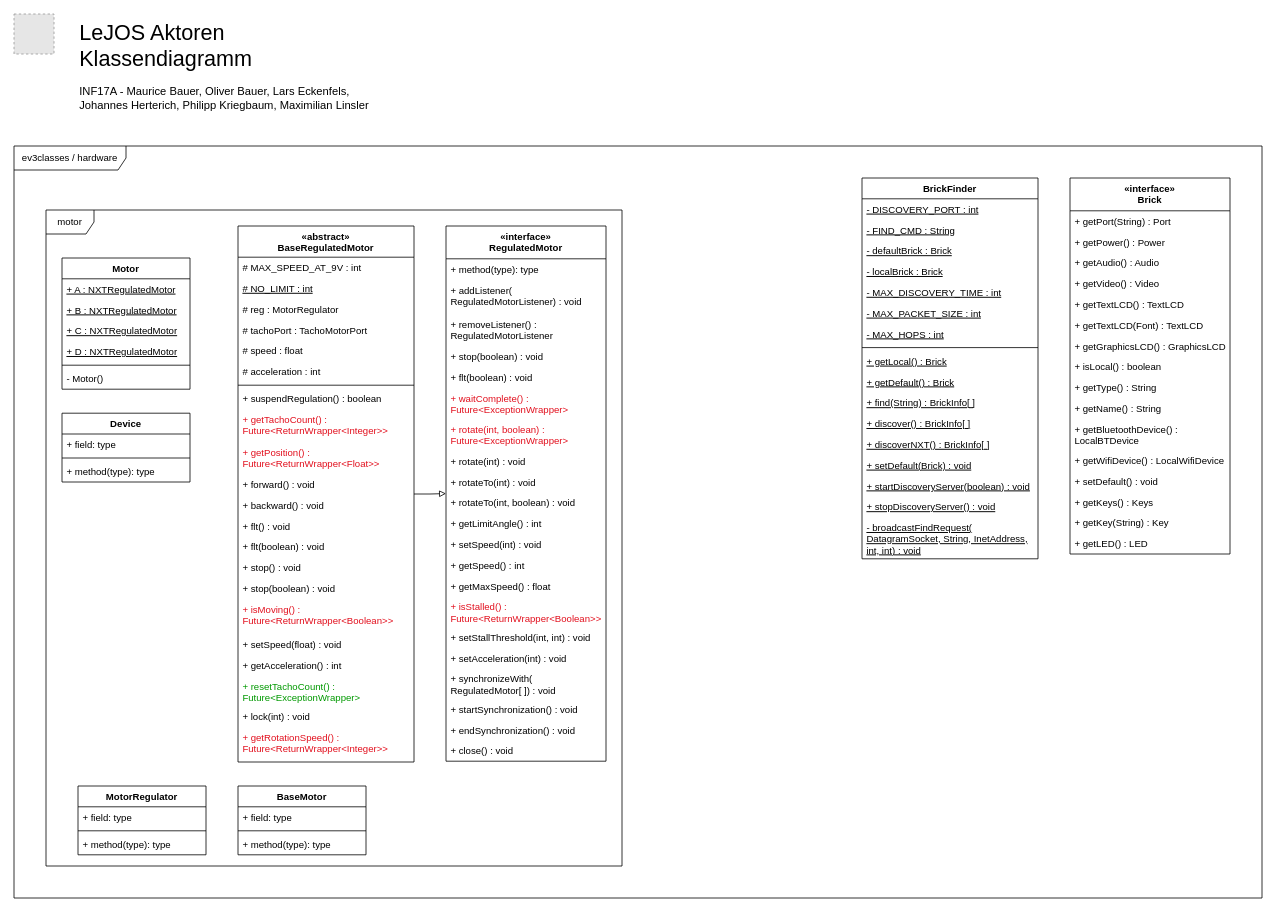
This is diagrams/Classdiagram_Full.drawio from herterjo/lejos-ev3, a draw.io file, before an edit. Source tidied: cells renumbered, new cells numbered last; positions are measured from the earlier drawing's top-left corner, leaving out a move shared by most shapes. Both pictures are drawn from the tidied source at 80%, with x=0, y=0 at pixel (14, 14). Pictures stored in the file or linked from it are replaced by grey dashed boxes.
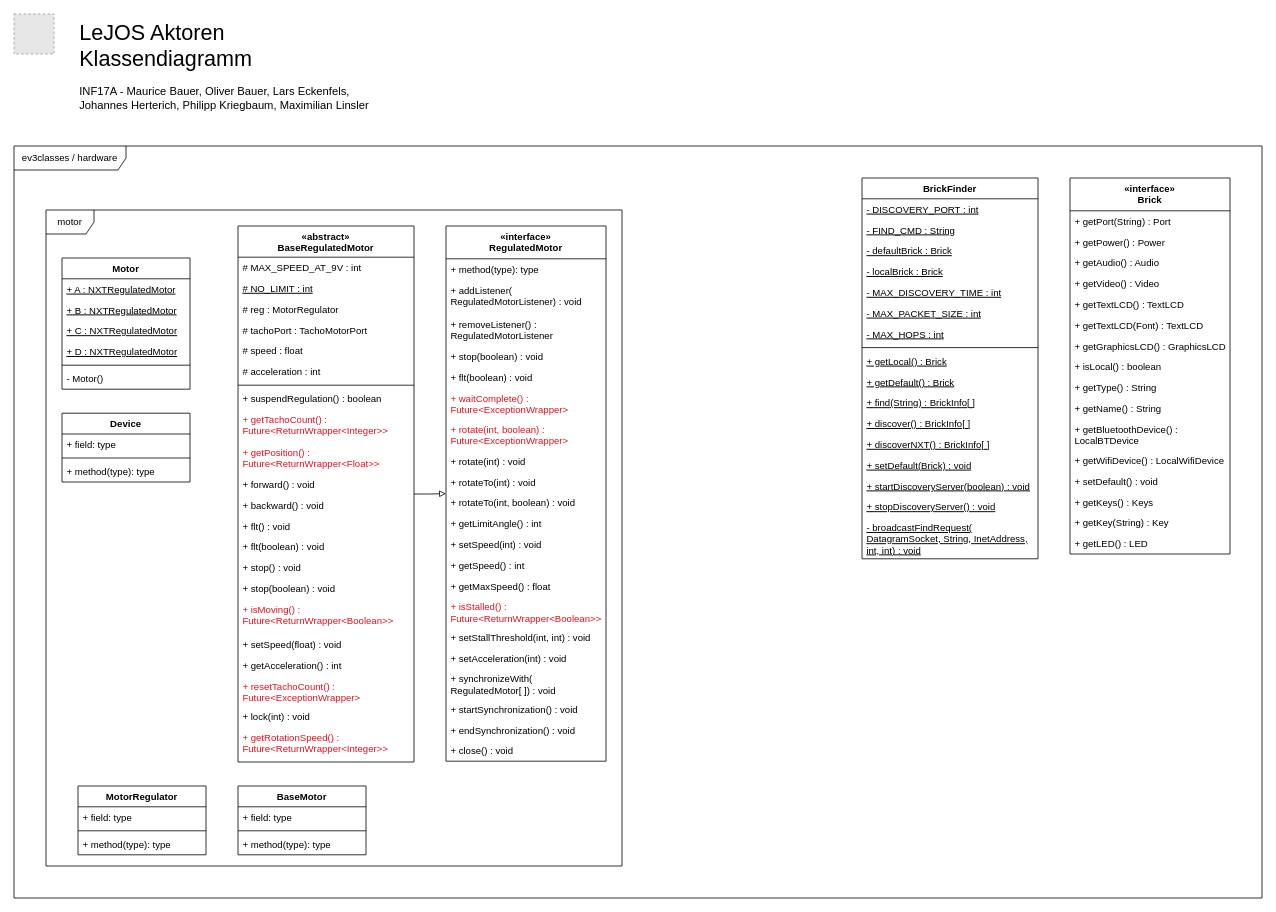
After the change.

Unchanged cells that the change refers to:
```xml
<mxCell id="77" value="«abstract»&#10;BaseRegulatedMotor" style="swimlane;fontStyle=1;align=center;verticalAlign=top;horizontal=1;startSize=39;" parent="1" vertex="1">
  <mxGeometry x="280" y="265" width="220" height="670" as="geometry" />
</mxCell>
```

Change to the diagram source:
```diff
@@
-    <mxCell id="97" value="+ resetTachoCount() :&#10;Future&lt;ExceptionWrapper&gt;" style="text;strokeColor=none;fillColor=none;align=left;verticalAlign=top;spacingLeft=4;spacingRight=4;overflow=hidden;fontColor=#009900;" parent="77" vertex="1">
+    <mxCell id="97" value="+ resetTachoCount() :&#10;Future&lt;ExceptionWrapper&gt;" style="text;strokeColor=none;fillColor=none;align=left;verticalAlign=top;spacingLeft=4;spacingRight=4;overflow=hidden;fontColor=#E2101E;" parent="77" vertex="1">
       <mxGeometry y="562" width="220" height="38" as="geometry" />
     </mxCell>
```
